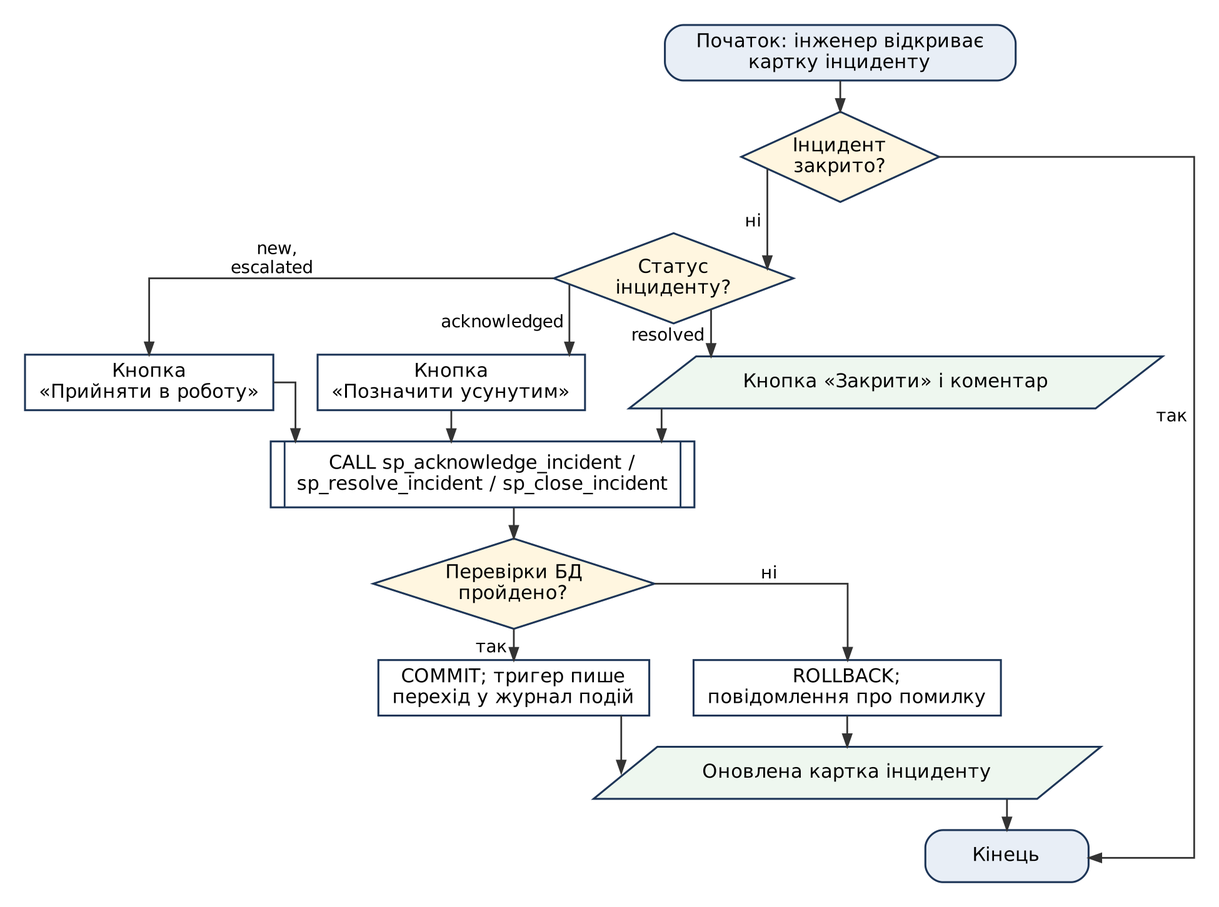
KrutoiPatsan13/laba1 keeps this Graphviz diagram as docs/diagrams/flow_05_incident.png. Above is the earlier version. Its source is kept beside it as docs/diagrams/src/flow_05_incident.dot.
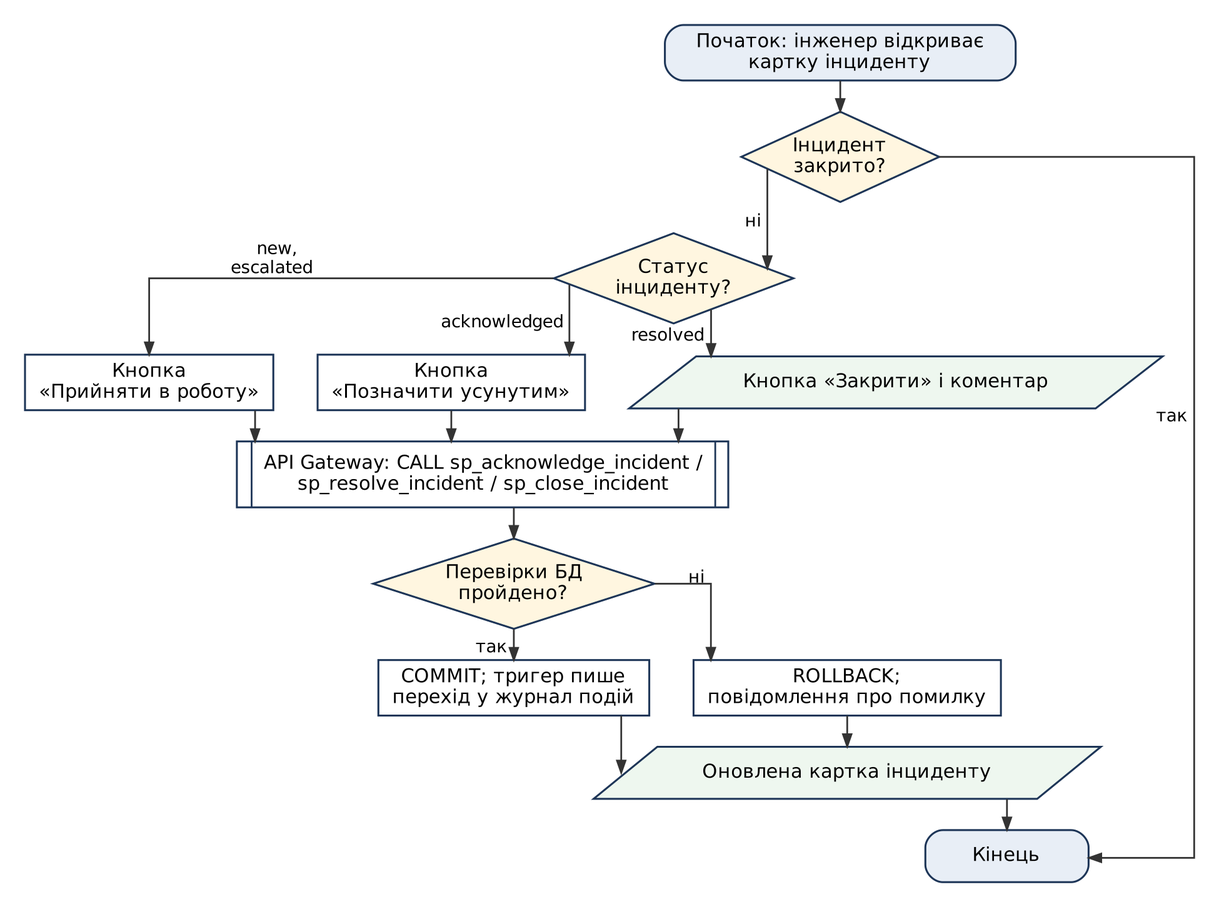
The same diagram one commit later.

Change to the diagram source:
```diff
@@ -8,7 +8,7 @@
   n4 [shape=box, label=<Кнопка<BR/>«Прийняти в роботу»>];
   n5 [shape=box, label=<Кнопка<BR/>«Позначити усунутим»>];
   n6 [shape=polygon, sides=4, skew=0.3, style=filled, fillcolor="#eef7ef", label=<Кнопка «Закрити» і коментар>, margin="0.06,0.03"];
-  n7 [shape=box, margin=0, label=<<TABLE BORDER="0" CELLBORDER="0" CELLSPACING="0" CELLPADDING="0"><TR><TD WIDTH="8" BORDER="1" SIDES="R"></TD><TD CELLPADDING="7">CALL sp_acknowledge_incident /<BR/>sp_resolve_incident / sp_close_incident</TD><TD WIDTH="8" BORDER="1" SIDES="L"></TD></TR></TABLE>>];
+  n7 [shape=box, margin=0, label=<<TABLE BORDER="0" CELLBORDER="0" CELLSPACING="0" CELLPADDING="0"><TR><TD WIDTH="8" BORDER="1" SIDES="R"></TD><TD CELLPADDING="7">API Gateway: CALL sp_acknowledge_incident /<BR/>sp_resolve_incident / sp_close_incident</TD><TD WIDTH="8" BORDER="1" SIDES="L"></TD></TR></TABLE>>];
   n8 [shape=diamond, style=filled, fillcolor="#fff6e0", label=<Перевірки БД<BR/>пройдено?>, margin="0.02,0.02"];
   n9 [shape=box, label=<COMMIT; тригер пише<BR/>перехід у журнал подій>];
   n10 [shape=box, label=<ROLLBACK;<BR/>повідомлення про помилку>];
```
